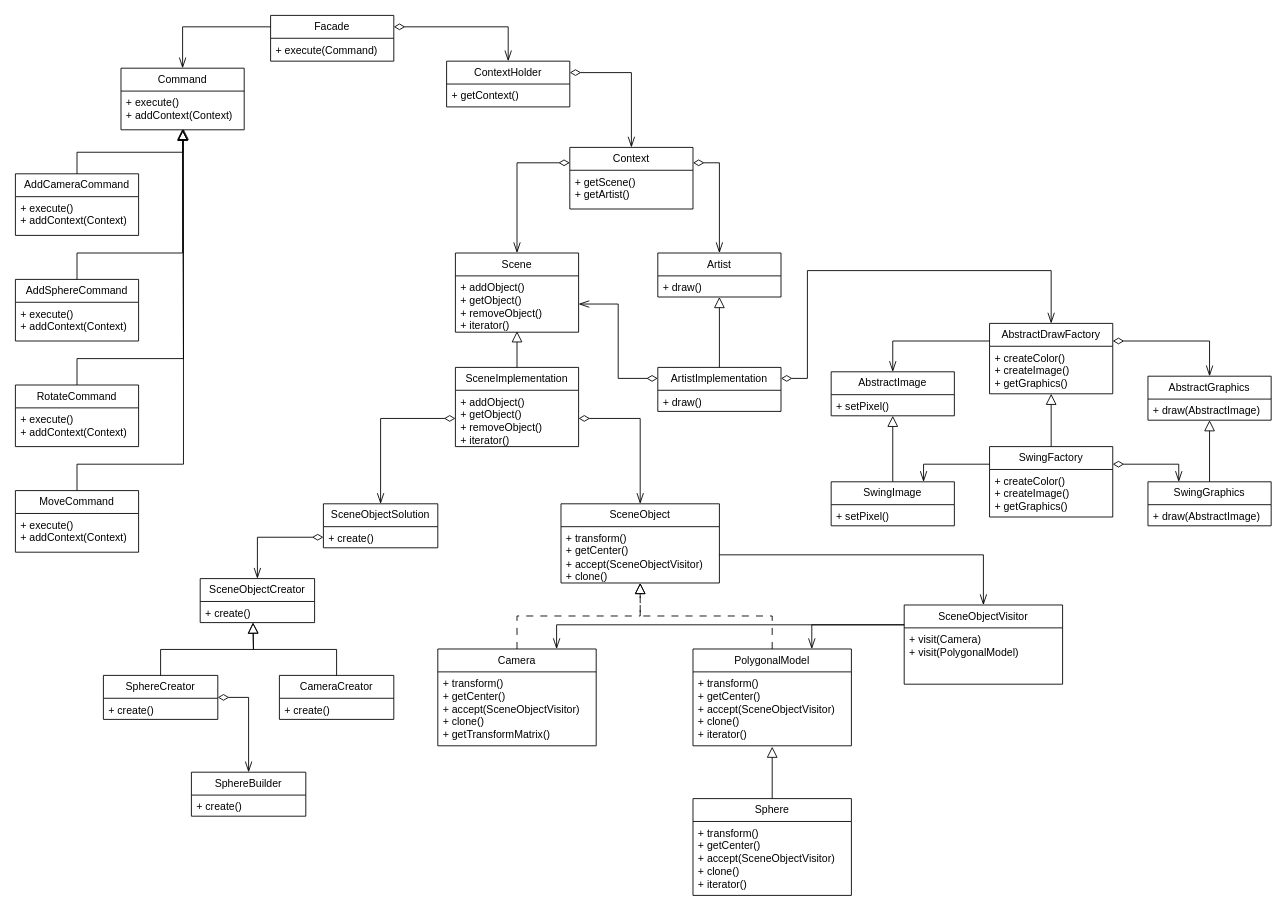
Above: uml/diagram.drawio in N1ckBaran0v/cg-coursework (draw.io), before the change. Source tidied: cells renumbered, new cells numbered last; positions are measured from the earlier drawing's top-left corner, leaving out a move shared by most shapes. Both pictures are drawn from the tidied source at 88%, with x=0, y=0 at pixel (15, 15).
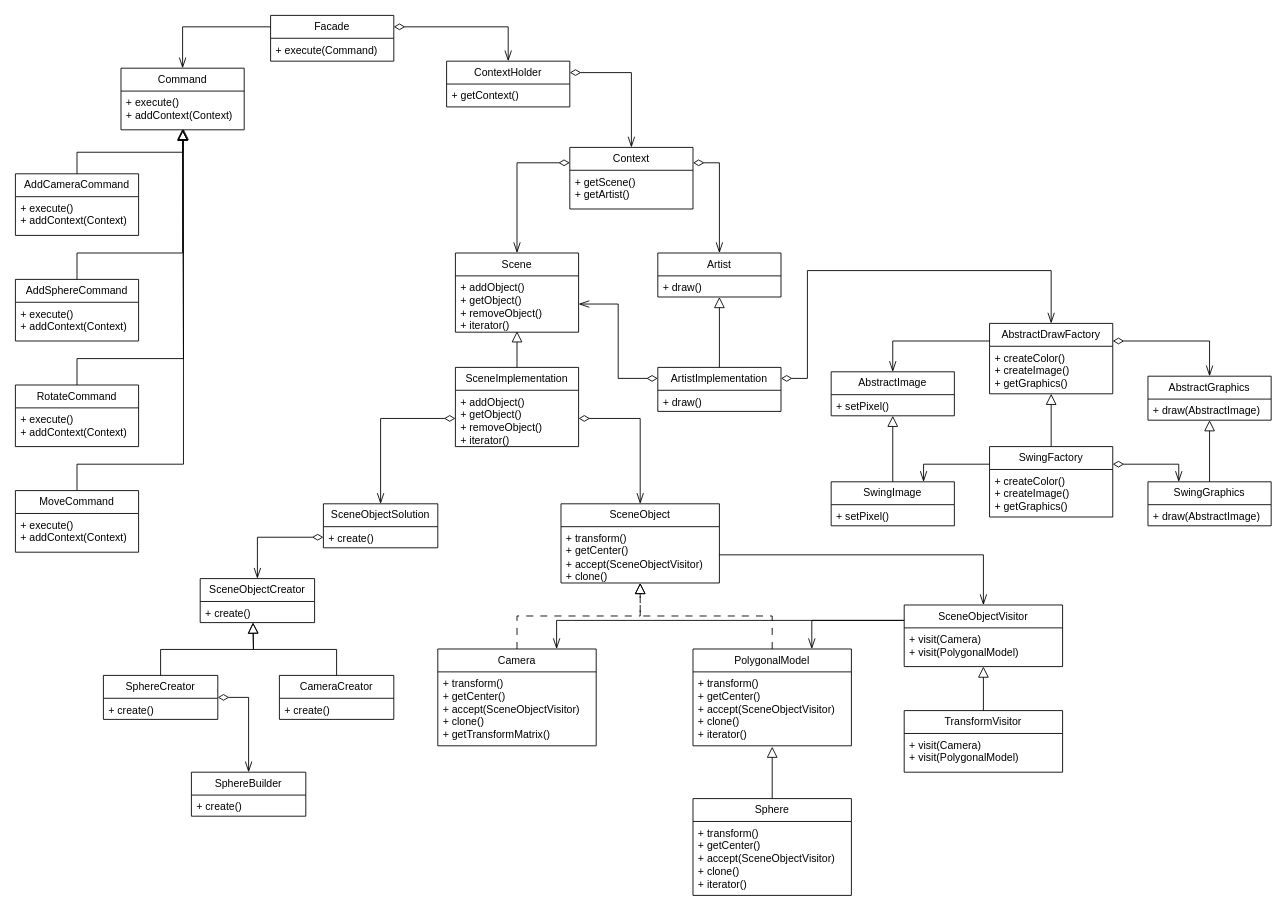
After the change.

Change to the diagram source:
```diff
@@
     <mxCell id="57" value="SceneObjectVisitor" style="swimlane;fontStyle=0;horizontal=1;startSize=26;fillColor=none;whiteSpace=wrap;html=1;" parent="1" vertex="1">
-      <mxGeometry x="1010" y="670" width="180" height="90" as="geometry" />
+      <mxGeometry x="1010" y="670" width="180" height="70" as="geometry" />
     </mxCell>
     <mxCell id="58" value="&lt;div&gt;&lt;div&gt;+ visit(Camera)&lt;/div&gt;&lt;/div&gt;&lt;div&gt;+ visit(PolygonalModel)&lt;/div&gt;" style="text;strokeColor=none;fillColor=none;align=left;verticalAlign=top;spacingLeft=4;spacingRight=4;overflow=hidden;points=[[0,0.5],[1,0.5]];portConstraint=eastwest;whiteSpace=wrap;html=1;" parent="57" vertex="1">
-      <mxGeometry y="26" width="180" height="64" as="geometry" />
+      <mxGeometry y="26" width="180" height="44" as="geometry" />
     </mxCell>
@@
+    <mxCell id="90" value="TransformVisitor" style="swimlane;fontStyle=0;horizontal=1;startSize=26;fillColor=none;whiteSpace=wrap;html=1;" parent="1" vertex="1">
+      <mxGeometry x="1010" y="790" width="180" height="70" as="geometry" />
+    </mxCell>
+    <mxCell id="91" value="&lt;div&gt;&lt;div&gt;+ visit(Camera)&lt;/div&gt;&lt;/div&gt;&lt;div&gt;+ visit(PolygonalModel)&lt;/div&gt;" style="text;strokeColor=none;fillColor=none;align=left;verticalAlign=top;spacingLeft=4;spacingRight=4;overflow=hidden;whiteSpace=wrap;html=1;" parent="90" vertex="1">
+      <mxGeometry y="26" width="180" height="44" as="geometry" />
+    </mxCell>
+    <mxCell id="92" style="edgeStyle=orthogonalEdgeStyle;shape=connector;rounded=0;jettySize=auto;html=1;exitX=0.5;exitY=0;exitDx=0;exitDy=0;entryX=0.5;entryY=1;entryDx=0;entryDy=0;entryPerimeter=0;strokeColor=default;align=center;verticalAlign=middle;fontFamily=Helvetica;fontSize=11;fontColor=default;labelBackgroundColor=default;startArrow=none;startFill=0;startSize=10;endArrow=block;endFill=0;endSize=10;" parent="1" edge="1" source="90" target="58">
+      <mxGeometry relative="1" as="geometry" />
+    </mxCell>
```
